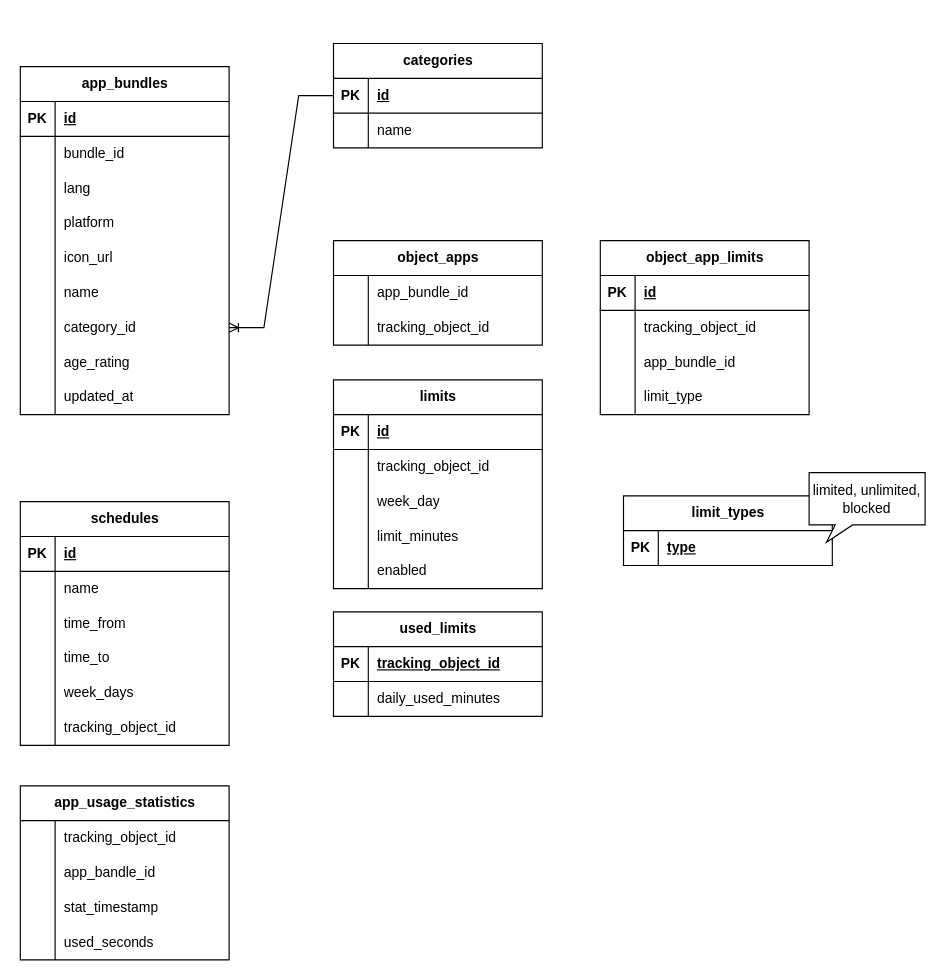
Earlier version of the draw.io diagram Диаграмма без названия.drawio (satmurat/transfer). Source tidied: cells renumbered, new cells numbered last; positions are measured from the earlier drawing's top-left corner, leaving out a move shared by most shapes. Both pictures are drawn from the tidied source at 116%, with x=0, y=0 at pixel (20, 43).
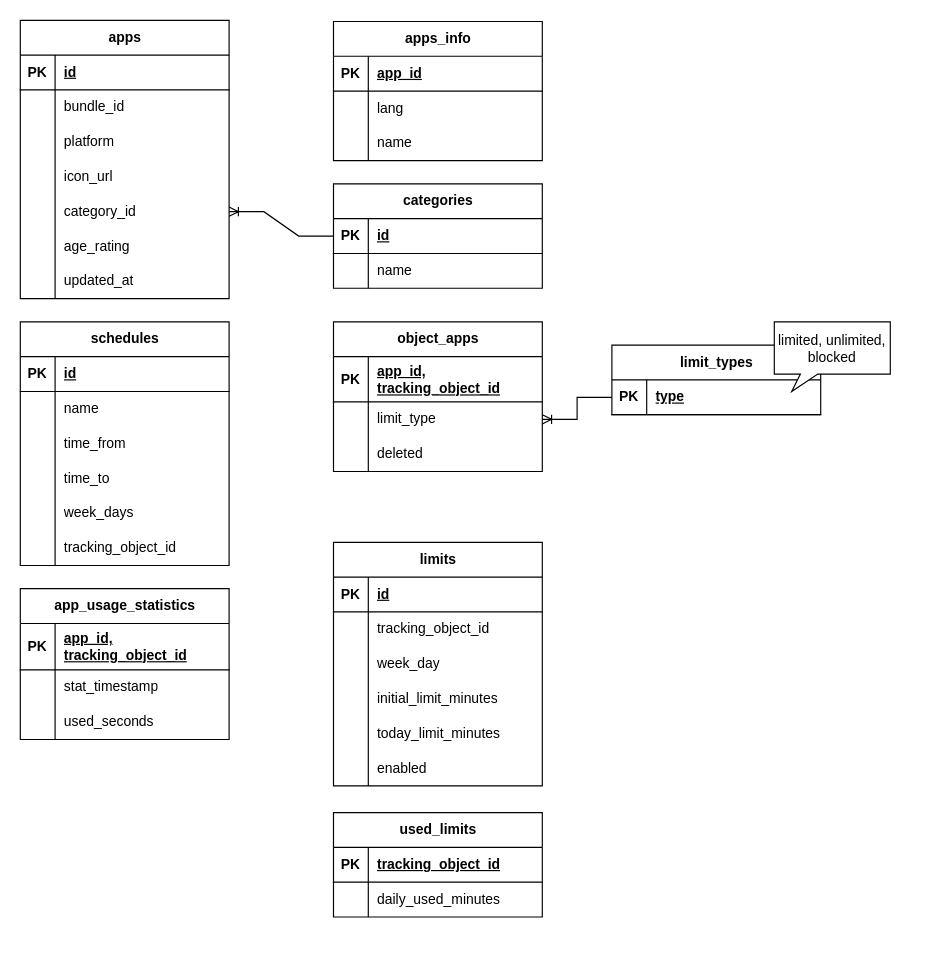
The same diagram, later.

The change refers to these unchanged cells:
```xml
<mxCell id="48" style="shape=tableRow;horizontal=0;startSize=0;swimlaneHead=0;swimlaneBody=0;fillColor=none;top=0;left=0;right=0;bottom=0;" parent="38" vertex="1">
  <mxGeometry y="120" width="180" height="30" as="geometry" />
</mxCell>
<mxCell id="94" style="shape=tableRow;horizontal=0;startSize=0;swimlaneHead=0;swimlaneBody=0;fillColor=none;points=[[0,0.5],[1,0.5]];portConstraint=eastwest;top=0;left=0;right=0;bottom=1;" parent="93" vertex="1">
  <mxGeometry y="30" width="180" height="30" as="geometry" />
</mxCell>
```

Diff of the diagram source:
```diff
@@
-    <mxCell id="2" value="app_bundles" style="shape=table;startSize=30;childLayout=tableLayout;rowLines=0;fontStyle=1;align=center;html=1;" parent="1" vertex="1">
-      <mxGeometry y="20" width="180" height="300" as="geometry" />
+    <mxCell id="2" value="apps" style="shape=table;startSize=30;childLayout=tableLayout;rowLines=0;fontStyle=1;align=center;html=1;" parent="1" vertex="1">
+      <mxGeometry y="-20" width="180" height="240" as="geometry" />
     </mxCell>
@@
-    <mxCell id="9" style="shape=tableRow;horizontal=0;startSize=0;swimlaneHead=0;swimlaneBody=0;fillColor=none;top=0;left=0;right=0;bottom=0;" parent="2" vertex="1">
-      <mxGeometry y="90" width="180" height="30" as="geometry" />
-    </mxCell>
-    <mxCell id="10" style="shape=partialRectangle;fillColor=none;top=0;left=0;bottom=0;right=0;overflow=hidden;whiteSpace=wrap;html=1;" parent="9" vertex="1">
-      <mxGeometry width="30" height="30" as="geometry" />
-    </mxCell>
-    <mxCell id="11" value="lang" style="shape=partialRectangle;fillColor=none;top=0;left=0;bottom=0;right=0;align=left;spacingLeft=6;overflow=hidden;whiteSpace=wrap;html=1;" parent="9" vertex="1">
-      <mxGeometry x="30" width="150" height="30" as="geometry" />
-    </mxCell>
     <mxCell id="12" style="shape=tableRow;horizontal=0;startSize=0;swimlaneHead=0;swimlaneBody=0;fillColor=none;top=0;left=0;right=0;bottom=0;" parent="2" vertex="1">
-      <mxGeometry y="120" width="180" height="30" as="geometry" />
+      <mxGeometry y="90" width="180" height="30" as="geometry" />
     </mxCell>
@@
     <mxCell id="15" style="shape=tableRow;horizontal=0;startSize=0;swimlaneHead=0;swimlaneBody=0;fillColor=none;top=0;left=0;right=0;bottom=0;" parent="2" vertex="1">
-      <mxGeometry y="150" width="180" height="30" as="geometry" />
+      <mxGeometry y="120" width="180" height="30" as="geometry" />
     </mxCell>
@@
-    <mxCell id="18" style="shape=tableRow;horizontal=0;startSize=0;swimlaneHead=0;swimlaneBody=0;fillColor=none;top=0;left=0;right=0;bottom=0;" parent="2" vertex="1">
-      <mxGeometry y="180" width="180" height="30" as="geometry" />
-    </mxCell>
-    <mxCell id="19" style="shape=partialRectangle;fillColor=none;top=0;left=0;bottom=0;right=0;overflow=hidden;whiteSpace=wrap;html=1;" parent="18" vertex="1">
-      <mxGeometry width="30" height="30" as="geometry" />
-    </mxCell>
-    <mxCell id="20" value="name" style="shape=partialRectangle;fillColor=none;top=0;left=0;bottom=0;right=0;align=left;spacingLeft=6;overflow=hidden;whiteSpace=wrap;html=1;" parent="18" vertex="1">
-      <mxGeometry x="30" width="150" height="30" as="geometry" />
-    </mxCell>
     <mxCell id="21" style="shape=tableRow;horizontal=0;startSize=0;swimlaneHead=0;swimlaneBody=0;fillColor=none;points=[[0,0.5],[1,0.5]];portConstraint=eastwest;top=0;left=0;right=0;bottom=0;" parent="2" vertex="1">
-      <mxGeometry y="210" width="180" height="30" as="geometry" />
+      <mxGeometry y="150" width="180" height="30" as="geometry" />
     </mxCell>
@@
     <mxCell id="24" style="shape=tableRow;horizontal=0;startSize=0;swimlaneHead=0;swimlaneBody=0;fillColor=none;top=0;left=0;right=0;bottom=0;" parent="2" vertex="1">
-      <mxGeometry y="240" width="180" height="30" as="geometry" />
+      <mxGeometry y="180" width="180" height="30" as="geometry" />
     </mxCell>
@@
     <mxCell id="27" style="shape=tableRow;horizontal=0;startSize=0;swimlaneHead=0;swimlaneBody=0;fillColor=none;top=0;left=0;right=0;bottom=0;" parent="2" vertex="1">
-      <mxGeometry y="270" width="180" height="30" as="geometry" />
+      <mxGeometry y="210" width="180" height="30" as="geometry" />
     </mxCell>
@@
     <mxCell id="30" value="categories" style="shape=table;startSize=30;childLayout=tableLayout;rowLines=0;fontStyle=1;align=center;html=1;" parent="1" vertex="1">
-      <mxGeometry x="270" width="180" height="90" as="geometry" />
+      <mxGeometry x="270" y="121" width="180" height="90" as="geometry" />
     </mxCell>
@@
     <mxCell id="38" value="limits" style="shape=table;startSize=30;childLayout=tableLayout;rowLines=0;fontStyle=1;align=center;html=1;" parent="1" vertex="1">
-      <mxGeometry x="270" y="290" width="180" height="180" as="geometry" />
+      <mxGeometry x="270" y="430" width="180" height="210" as="geometry" />
     </mxCell>
@@
-    <mxCell id="50" value="limit_minutes" style="shape=partialRectangle;fillColor=none;top=0;left=0;bottom=0;right=0;align=left;spacingLeft=6;overflow=hidden;whiteSpace=wrap;html=1;" parent="48" vertex="1">
+    <mxCell id="50" value="initial_limit_minutes" style="shape=partialRectangle;fillColor=none;top=0;left=0;bottom=0;right=0;align=left;spacingLeft=6;overflow=hidden;whiteSpace=wrap;html=1;" parent="48" vertex="1">
       <mxGeometry x="30" width="150" height="30" as="geometry" />
     </mxCell>
+    <mxCell id="118" style="shape=tableRow;horizontal=0;startSize=0;swimlaneHead=0;swimlaneBody=0;fillColor=none;top=0;left=0;right=0;bottom=0;" parent="38" vertex="1">
+      <mxGeometry y="150" width="180" height="30" as="geometry" />
+    </mxCell>
+    <mxCell id="119" style="shape=partialRectangle;fillColor=none;top=0;left=0;bottom=0;right=0;overflow=hidden;whiteSpace=wrap;html=1;" parent="118" vertex="1">
+      <mxGeometry width="30" height="30" as="geometry" />
+    </mxCell>
+    <mxCell id="120" value="today_limit_minutes" style="shape=partialRectangle;fillColor=none;top=0;left=0;bottom=0;right=0;align=left;spacingLeft=6;overflow=hidden;whiteSpace=wrap;html=1;" parent="118" vertex="1">
+      <mxGeometry x="30" width="150" height="30" as="geometry" />
+    </mxCell>
     <mxCell id="51" style="shape=tableRow;horizontal=0;startSize=0;swimlaneHead=0;swimlaneBody=0;fillColor=none;top=0;left=0;right=0;bottom=0;" parent="38" vertex="1">
-      <mxGeometry y="150" width="180" height="30" as="geometry" />
+      <mxGeometry y="180" width="180" height="30" as="geometry" />
     </mxCell>
@@
     <mxCell id="54" value="object_apps" style="shape=table;startSize=30;childLayout=tableLayout;rowLines=0;fontStyle=1;align=center;html=1;" parent="1" vertex="1">
-      <mxGeometry x="270" y="170" width="180" height="90" as="geometry" />
+      <mxGeometry x="270" y="240" width="180" height="129" as="geometry" />
     </mxCell>
-    <mxCell id="55" style="shape=tableRow;horizontal=0;startSize=0;swimlaneHead=0;swimlaneBody=0;fillColor=none;top=0;left=0;right=0;bottom=0;" parent="54" vertex="1">
-      <mxGeometry y="30" width="180" height="30" as="geometry" />
-    </mxCell>
-    <mxCell id="56" style="shape=partialRectangle;fillColor=none;top=0;left=0;bottom=0;right=0;overflow=hidden;whiteSpace=wrap;html=1;" parent="55" vertex="1">
-      <mxGeometry width="30" height="30" as="geometry" />
-    </mxCell>
-    <mxCell id="57" value="app_bundle_id" style="shape=partialRectangle;fillColor=none;top=0;left=0;bottom=0;right=0;align=left;spacingLeft=6;overflow=hidden;whiteSpace=wrap;html=1;" parent="55" vertex="1">
-      <mxGeometry x="30" width="150" height="30" as="geometry" />
-    </mxCell>
-    <mxCell id="58" style="shape=tableRow;horizontal=0;startSize=0;swimlaneHead=0;swimlaneBody=0;fillColor=none;top=0;left=0;right=0;bottom=0;" parent="54" vertex="1">
-      <mxGeometry y="60" width="180" height="30" as="geometry" />
-    </mxCell>
-    <mxCell id="59" style="shape=partialRectangle;fillColor=none;top=0;left=0;bottom=0;right=0;overflow=hidden;whiteSpace=wrap;html=1;" parent="58" vertex="1">
-      <mxGeometry width="30" height="30" as="geometry" />
-    </mxCell>
-    <mxCell id="60" value="tracking_object_id" style="shape=partialRectangle;fillColor=none;top=0;left=0;bottom=0;right=0;align=left;spacingLeft=6;overflow=hidden;whiteSpace=wrap;html=1;" parent="58" vertex="1">
-      <mxGeometry x="30" width="150" height="30" as="geometry" />
-    </mxCell>
+    <mxCell id="121" style="shape=tableRow;horizontal=0;startSize=0;swimlaneHead=0;swimlaneBody=0;fillColor=none;top=0;left=0;right=0;bottom=1;" parent="54" vertex="1">
+      <mxGeometry y="30" width="180" height="39" as="geometry" />
+    </mxCell>
+    <mxCell id="122" value="PK" style="shape=partialRectangle;fillColor=none;top=0;left=0;bottom=0;right=0;fontStyle=1;overflow=hidden;whiteSpace=wrap;html=1;" parent="121" vertex="1">
+      <mxGeometry width="30" height="39" as="geometry" />
+    </mxCell>
+    <mxCell id="123" value="app_id, tracking_object_id" style="shape=partialRectangle;fillColor=none;top=0;left=0;bottom=0;right=0;align=left;spacingLeft=6;fontStyle=5;overflow=hidden;whiteSpace=wrap;html=1;" parent="121" vertex="1">
+      <mxGeometry x="30" width="150" height="39" as="geometry" />
+    </mxCell>
+    <mxCell id="124" style="shape=tableRow;horizontal=0;startSize=0;swimlaneHead=0;swimlaneBody=0;fillColor=none;points=[[0,0.5],[1,0.5]];portConstraint=eastwest;top=0;left=0;right=0;bottom=0;" parent="54" vertex="1">
+      <mxGeometry y="69" width="180" height="30" as="geometry" />
+    </mxCell>
+    <mxCell id="125" style="shape=partialRectangle;fillColor=none;top=0;left=0;bottom=0;right=0;overflow=hidden;whiteSpace=wrap;html=1;" parent="124" vertex="1">
+      <mxGeometry width="30" height="30" as="geometry" />
+    </mxCell>
+    <mxCell id="92" value="limit_type" style="shape=partialRectangle;fillColor=none;top=0;left=0;bottom=0;right=0;align=left;spacingLeft=6;overflow=hidden;whiteSpace=wrap;html=1;" parent="124" vertex="1">
+      <mxGeometry x="30" width="150" height="30" as="geometry" />
+    </mxCell>
+    <mxCell id="126" style="shape=tableRow;horizontal=0;startSize=0;swimlaneHead=0;swimlaneBody=0;fillColor=none;top=0;left=0;right=0;bottom=0;" parent="54" vertex="1">
+      <mxGeometry y="99" width="180" height="30" as="geometry" />
+    </mxCell>
+    <mxCell id="127" style="shape=partialRectangle;fillColor=none;top=0;left=0;bottom=0;right=0;overflow=hidden;whiteSpace=wrap;html=1;" parent="126" vertex="1">
+      <mxGeometry width="30" height="30" as="geometry" />
+    </mxCell>
+    <mxCell id="128" value="deleted" style="shape=partialRectangle;fillColor=none;top=0;left=0;bottom=0;right=0;align=left;spacingLeft=6;overflow=hidden;whiteSpace=wrap;html=1;" parent="126" vertex="1">
+      <mxGeometry x="30" width="150" height="30" as="geometry" />
+    </mxCell>
     <mxCell id="61" value="schedules" style="shape=table;startSize=30;childLayout=tableLayout;rowLines=0;fontStyle=1;align=center;html=1;" parent="1" vertex="1">
-      <mxGeometry y="395" width="180" height="210" as="geometry" />
+      <mxGeometry y="240" width="180" height="210" as="geometry" />
     </mxCell>
@@
-    <mxCell id="80" value="object_app_limits" style="shape=table;startSize=30;childLayout=tableLayout;rowLines=0;fontStyle=1;align=center;html=1;" parent="1" vertex="1">
-      <mxGeometry x="500" y="170" width="180" height="150" as="geometry" />
-    </mxCell>
-    <mxCell id="81" style="shape=tableRow;horizontal=0;startSize=0;swimlaneHead=0;swimlaneBody=0;fillColor=none;top=0;left=0;right=0;bottom=1;" parent="80" vertex="1">
-      <mxGeometry y="30" width="180" height="30" as="geometry" />
-    </mxCell>
-    <mxCell id="82" value="PK" style="shape=partialRectangle;fillColor=none;top=0;left=0;bottom=0;right=0;fontStyle=1;overflow=hidden;whiteSpace=wrap;html=1;" parent="81" vertex="1">
-      <mxGeometry width="30" height="30" as="geometry" />
-    </mxCell>
-    <mxCell id="83" value="id" style="shape=partialRectangle;fillColor=none;top=0;left=0;bottom=0;right=0;align=left;spacingLeft=6;fontStyle=5;overflow=hidden;whiteSpace=wrap;html=1;" parent="81" vertex="1">
-      <mxGeometry x="30" width="150" height="30" as="geometry" />
-    </mxCell>
-    <mxCell id="84" style="shape=tableRow;horizontal=0;startSize=0;swimlaneHead=0;swimlaneBody=0;fillColor=none;top=0;left=0;right=0;bottom=0;" parent="80" vertex="1">
-      <mxGeometry y="60" width="180" height="30" as="geometry" />
-    </mxCell>
-    <mxCell id="85" style="shape=partialRectangle;fillColor=none;top=0;left=0;bottom=0;right=0;overflow=hidden;whiteSpace=wrap;html=1;" parent="84" vertex="1">
-      <mxGeometry width="30" height="30" as="geometry" />
-    </mxCell>
-    <mxCell id="86" value="tracking_object_id" style="shape=partialRectangle;fillColor=none;top=0;left=0;bottom=0;right=0;align=left;spacingLeft=6;overflow=hidden;whiteSpace=wrap;html=1;" parent="84" vertex="1">
-      <mxGeometry x="30" width="150" height="30" as="geometry" />
-    </mxCell>
-    <mxCell id="87" style="shape=tableRow;horizontal=0;startSize=0;swimlaneHead=0;swimlaneBody=0;fillColor=none;top=0;left=0;right=0;bottom=0;" parent="80" vertex="1">
-      <mxGeometry y="90" width="180" height="30" as="geometry" />
-    </mxCell>
-    <mxCell id="88" style="shape=partialRectangle;fillColor=none;top=0;left=0;bottom=0;right=0;overflow=hidden;whiteSpace=wrap;html=1;" parent="87" vertex="1">
-      <mxGeometry width="30" height="30" as="geometry" />
-    </mxCell>
-    <mxCell id="89" value="app_bundle_id" style="shape=partialRectangle;fillColor=none;top=0;left=0;bottom=0;right=0;align=left;spacingLeft=6;overflow=hidden;whiteSpace=wrap;html=1;" parent="87" vertex="1">
-      <mxGeometry x="30" width="150" height="30" as="geometry" />
-    </mxCell>
-    <mxCell id="90" style="shape=tableRow;horizontal=0;startSize=0;swimlaneHead=0;swimlaneBody=0;fillColor=none;top=0;left=0;right=0;bottom=0;" parent="80" vertex="1">
-      <mxGeometry y="120" width="180" height="30" as="geometry" />
-    </mxCell>
-    <mxCell id="91" style="shape=partialRectangle;fillColor=none;top=0;left=0;bottom=0;right=0;overflow=hidden;whiteSpace=wrap;html=1;" parent="90" vertex="1">
-      <mxGeometry width="30" height="30" as="geometry" />
-    </mxCell>
-    <mxCell id="92" value="limit_type" style="shape=partialRectangle;fillColor=none;top=0;left=0;bottom=0;right=0;align=left;spacingLeft=6;overflow=hidden;whiteSpace=wrap;html=1;" parent="90" vertex="1">
-      <mxGeometry x="30" width="150" height="30" as="geometry" />
-    </mxCell>
     <mxCell id="93" value="limit_types" style="shape=table;startSize=30;childLayout=tableLayout;rowLines=0;fontStyle=1;align=center;html=1;" parent="1" vertex="1">
-      <mxGeometry x="520" y="390" width="180" height="60" as="geometry" />
+      <mxGeometry x="510" y="260" width="180" height="60" as="geometry" />
     </mxCell>
@@
     <mxCell id="97" value="limited, unlimited, blocked" style="whiteSpace=wrap;html=1;shape=mxgraph.basic.rectCallout;dx=30;dy=15;boundedLbl=1;" parent="1" vertex="1">
-      <mxGeometry x="680" y="370" width="100" height="60" as="geometry" />
+      <mxGeometry x="650" y="240" width="100" height="60" as="geometry" />
     </mxCell>
     <mxCell id="98" value="used_limits" style="shape=table;startSize=30;childLayout=tableLayout;rowLines=0;fontStyle=1;align=center;html=1;" parent="1" vertex="1">
-      <mxGeometry x="270" y="490" width="180" height="90" as="geometry" />
+      <mxGeometry x="270" y="663" width="180" height="90" as="geometry" />
     </mxCell>
@@
     <mxCell id="105" value="app_usage_statistics" style="shape=table;startSize=30;childLayout=tableLayout;rowLines=0;fontStyle=1;align=center;html=1;" parent="1" vertex="1">
-      <mxGeometry y="640" width="180" height="150" as="geometry" />
+      <mxGeometry y="470" width="180" height="130" as="geometry" />
     </mxCell>
-    <mxCell id="106" style="shape=tableRow;horizontal=0;startSize=0;swimlaneHead=0;swimlaneBody=0;fillColor=none;top=0;left=0;right=0;bottom=0;" parent="105" vertex="1">
-      <mxGeometry y="30" width="180" height="30" as="geometry" />
-    </mxCell>
-    <mxCell id="107" style="shape=partialRectangle;fillColor=none;top=0;left=0;bottom=0;right=0;overflow=hidden;whiteSpace=wrap;html=1;" parent="106" vertex="1">
-      <mxGeometry width="30" height="30" as="geometry" />
-    </mxCell>
-    <mxCell id="108" value="tracking_object_id" style="shape=partialRectangle;fillColor=none;top=0;left=0;bottom=0;right=0;align=left;spacingLeft=6;overflow=hidden;whiteSpace=wrap;html=1;" parent="106" vertex="1">
-      <mxGeometry x="30" width="150" height="30" as="geometry" />
-    </mxCell>
-    <mxCell id="109" style="shape=tableRow;horizontal=0;startSize=0;swimlaneHead=0;swimlaneBody=0;fillColor=none;top=0;left=0;right=0;bottom=0;" parent="105" vertex="1">
-      <mxGeometry y="60" width="180" height="30" as="geometry" />
-    </mxCell>
-    <mxCell id="110" style="shape=partialRectangle;fillColor=none;top=0;left=0;bottom=0;right=0;overflow=hidden;whiteSpace=wrap;html=1;" parent="109" vertex="1">
-      <mxGeometry width="30" height="30" as="geometry" />
-    </mxCell>
-    <mxCell id="111" value="app_bandle_id" style="shape=partialRectangle;fillColor=none;top=0;left=0;bottom=0;right=0;align=left;spacingLeft=6;overflow=hidden;whiteSpace=wrap;html=1;" parent="109" vertex="1">
-      <mxGeometry x="30" width="150" height="30" as="geometry" />
-    </mxCell>
+    <mxCell id="129" style="shape=tableRow;horizontal=0;startSize=0;swimlaneHead=0;swimlaneBody=0;fillColor=none;top=0;left=0;right=0;bottom=1;" parent="105" vertex="1">
+      <mxGeometry y="30" width="180" height="40" as="geometry" />
+    </mxCell>
+    <mxCell id="130" value="PK" style="shape=partialRectangle;fillColor=none;top=0;left=0;bottom=0;right=0;fontStyle=1;overflow=hidden;whiteSpace=wrap;html=1;" parent="129" vertex="1">
+      <mxGeometry width="30" height="40" as="geometry" />
+    </mxCell>
+    <mxCell id="131" value="app_id, tracking_object_id" style="shape=partialRectangle;fillColor=none;top=0;left=0;bottom=0;right=0;align=left;spacingLeft=6;fontStyle=5;overflow=hidden;whiteSpace=wrap;html=1;" parent="129" vertex="1">
+      <mxGeometry x="30" width="150" height="40" as="geometry" />
+    </mxCell>
     <mxCell id="112" style="shape=tableRow;horizontal=0;startSize=0;swimlaneHead=0;swimlaneBody=0;fillColor=none;top=0;left=0;right=0;bottom=0;" parent="105" vertex="1">
-      <mxGeometry y="90" width="180" height="30" as="geometry" />
+      <mxGeometry y="70" width="180" height="30" as="geometry" />
     </mxCell>
@@
     <mxCell id="115" style="shape=tableRow;horizontal=0;startSize=0;swimlaneHead=0;swimlaneBody=0;fillColor=none;top=0;left=0;right=0;bottom=0;" parent="105" vertex="1">
-      <mxGeometry y="120" width="180" height="30" as="geometry" />
+      <mxGeometry y="100" width="180" height="30" as="geometry" />
     </mxCell>
@@
+    <mxCell id="132" value="apps_info" style="shape=table;startSize=30;childLayout=tableLayout;rowLines=0;fontStyle=1;align=center;html=1;" parent="1" vertex="1">
+      <mxGeometry x="270" y="-19" width="180" height="120" as="geometry" />
+    </mxCell>
+    <mxCell id="81" style="shape=tableRow;horizontal=0;startSize=0;swimlaneHead=0;swimlaneBody=0;fillColor=none;top=0;left=0;right=0;bottom=1;" parent="132" vertex="1">
+      <mxGeometry y="30" width="180" height="30" as="geometry" />
+    </mxCell>
+    <mxCell id="82" value="PK" style="shape=partialRectangle;fillColor=none;top=0;left=0;bottom=0;right=0;fontStyle=1;overflow=hidden;whiteSpace=wrap;html=1;" parent="81" vertex="1">
+      <mxGeometry width="30" height="30" as="geometry" />
+    </mxCell>
+    <mxCell id="133" value="app_id" style="shape=partialRectangle;fillColor=none;top=0;left=0;bottom=0;right=0;align=left;spacingLeft=6;fontStyle=5;overflow=hidden;whiteSpace=wrap;html=1;" parent="81" vertex="1">
+      <mxGeometry x="30" width="150" height="30" as="geometry" />
+    </mxCell>
+    <mxCell id="134" style="shape=tableRow;horizontal=0;startSize=0;swimlaneHead=0;swimlaneBody=0;fillColor=none;top=0;left=0;right=0;bottom=0;" parent="132" vertex="1">
+      <mxGeometry y="60" width="180" height="30" as="geometry" />
+    </mxCell>
+    <mxCell id="135" style="shape=partialRectangle;fillColor=none;top=0;left=0;bottom=0;right=0;overflow=hidden;whiteSpace=wrap;html=1;" parent="134" vertex="1">
+      <mxGeometry width="30" height="30" as="geometry" />
+    </mxCell>
+    <mxCell id="11" value="lang" style="shape=partialRectangle;fillColor=none;top=0;left=0;bottom=0;right=0;align=left;spacingLeft=6;overflow=hidden;whiteSpace=wrap;html=1;" parent="134" vertex="1">
+      <mxGeometry x="30" width="150" height="30" as="geometry" />
+    </mxCell>
+    <mxCell id="136" style="shape=tableRow;horizontal=0;startSize=0;swimlaneHead=0;swimlaneBody=0;fillColor=none;top=0;left=0;right=0;bottom=0;" parent="132" vertex="1">
+      <mxGeometry y="90" width="180" height="30" as="geometry" />
+    </mxCell>
+    <mxCell id="137" style="shape=partialRectangle;fillColor=none;top=0;left=0;bottom=0;right=0;overflow=hidden;whiteSpace=wrap;html=1;" parent="136" vertex="1">
+      <mxGeometry width="30" height="30" as="geometry" />
+    </mxCell>
+    <mxCell id="20" value="name" style="shape=partialRectangle;fillColor=none;top=0;left=0;bottom=0;right=0;align=left;spacingLeft=6;overflow=hidden;whiteSpace=wrap;html=1;" parent="136" vertex="1">
+      <mxGeometry x="30" width="150" height="30" as="geometry" />
+    </mxCell>
+    <mxCell id="138" style="edgeStyle=entityRelationEdgeStyle;fontSize=12;html=1;endArrow=ERoneToMany;rounded=0;exitX=0;exitY=0.5;exitDx=0;exitDy=0;entryX=1;entryY=0.5;entryDx=0;entryDy=0;" parent="1" edge="1" source="94" target="124">
+      <mxGeometry relative="1" as="geometry" />
+    </mxCell>
```
